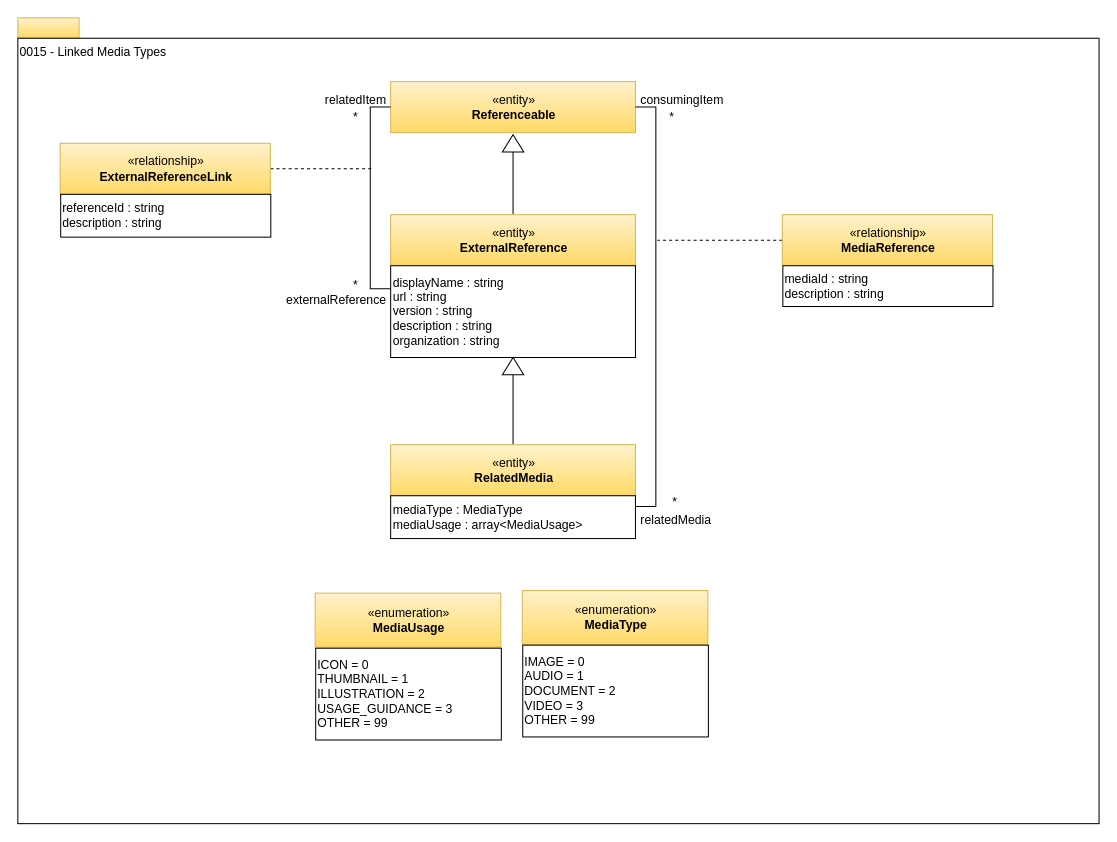
odpi/egeria keeps this draw.io diagram as page "0015-Linked-Media-Types" (5 of 20) of open-metadata-publication/website/open-metadata-types/area-0-basic-types-and-infrastructure.drawio. Above is the earlier version. Source tidied: cells renumbered, new cells numbered last; positions are measured from the earlier drawing's top-left corner, leaving out a move shared by most shapes. Both pictures are drawn from the tidied source at 102%, with x=0, y=0 at pixel (17, 17).
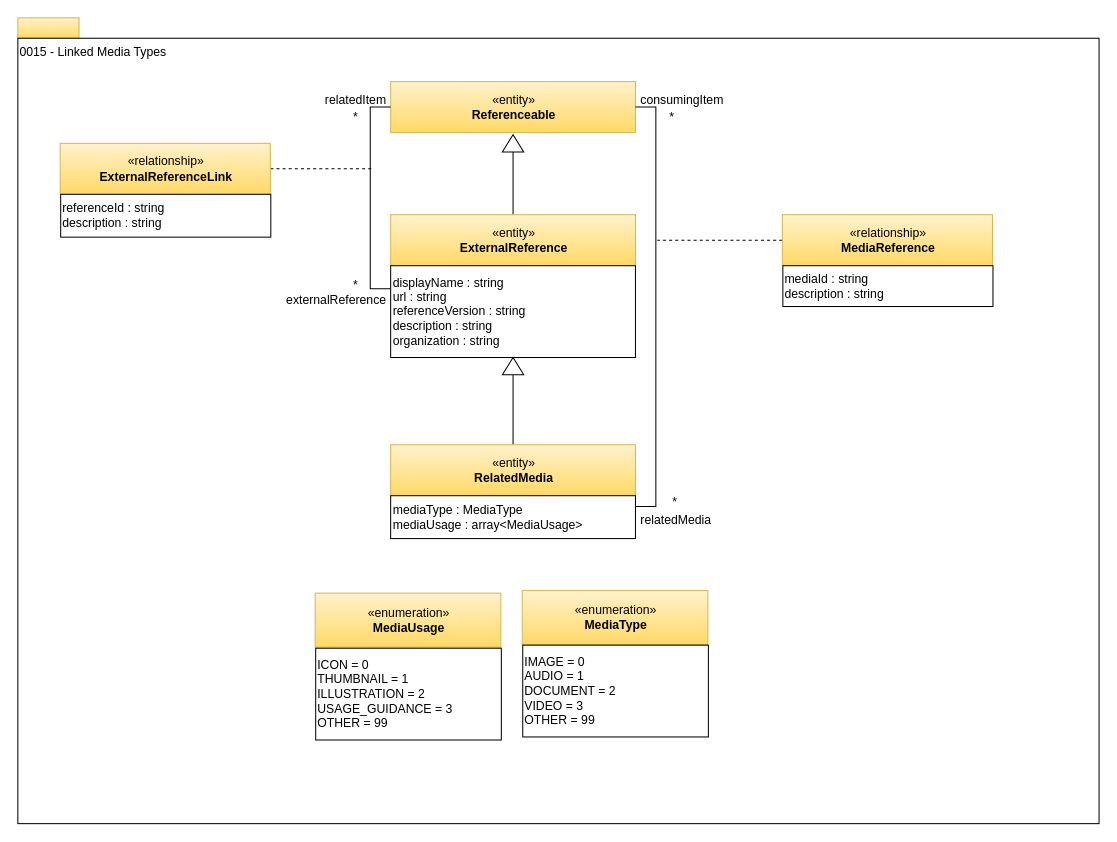
The same diagram, later.

Change to the diagram source:
```diff
@@
-    <mxCell id="14" value="displayName : string&lt;br&gt;url : string&lt;br&gt;version : string&lt;br&gt;description : string&lt;br&gt;organization : string&lt;br&gt;&lt;div style=&quot;text-align: left&quot;&gt;&lt;/div&gt;" style="rounded=0;whiteSpace=wrap;html=1;strokeColor=#000000;gradientColor=#ffffff;align=left;" parent="1" vertex="1">
+    <mxCell id="14" value="displayName : string&lt;br&gt;url : string&lt;br&gt;referenceVersion : string&lt;br&gt;description : string&lt;br&gt;organization : string&lt;br&gt;&lt;div style=&quot;text-align: left&quot;&gt;&lt;/div&gt;" style="rounded=0;whiteSpace=wrap;html=1;strokeColor=#000000;gradientColor=#ffffff;align=left;" parent="1" vertex="1">
       <mxGeometry x="365.5" y="243" width="240" height="90" as="geometry" />
     </mxCell>
```
